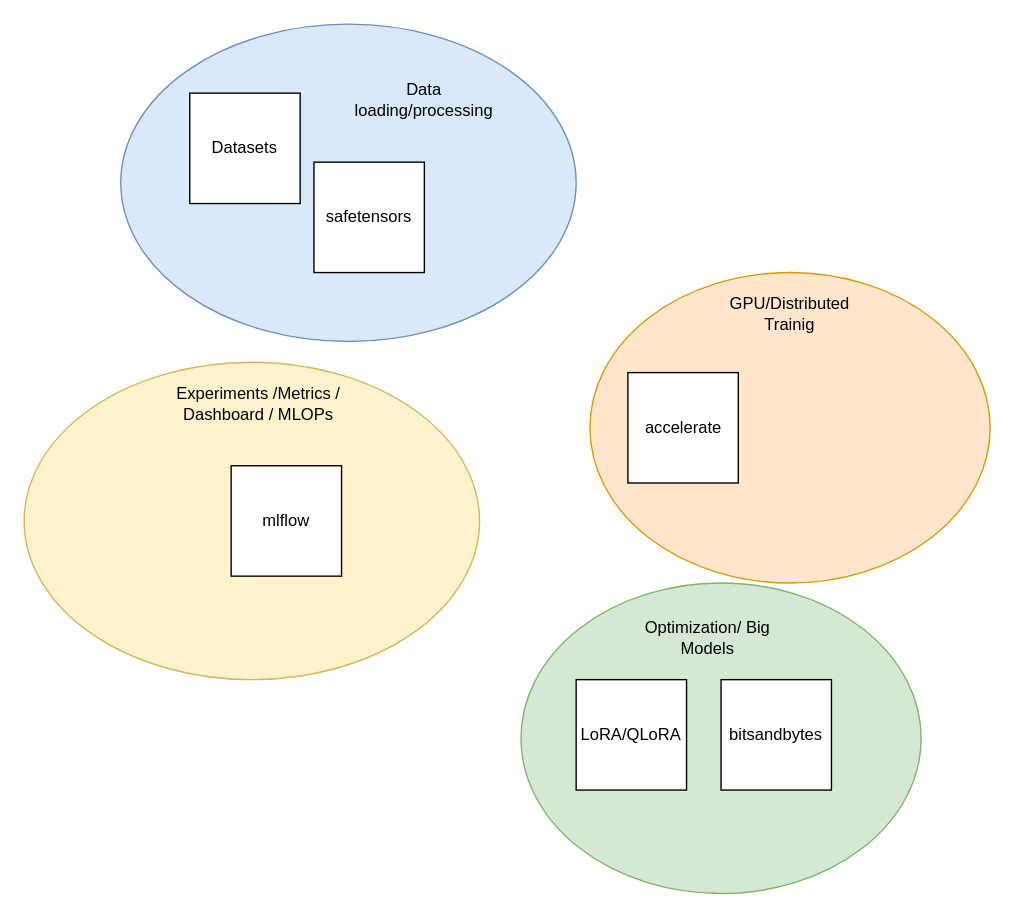
Earlier version of the draw.io diagram assets/ml_lib_environment.drawio (ebamberg/blog). Source tidied: cells renumbered, new cells numbered last; positions are measured from the earlier drawing's top-left corner, leaving out a move shared by most shapes. Both pictures are drawn from the tidied source at 138%, with x=0, y=0 at pixel (23, 23).
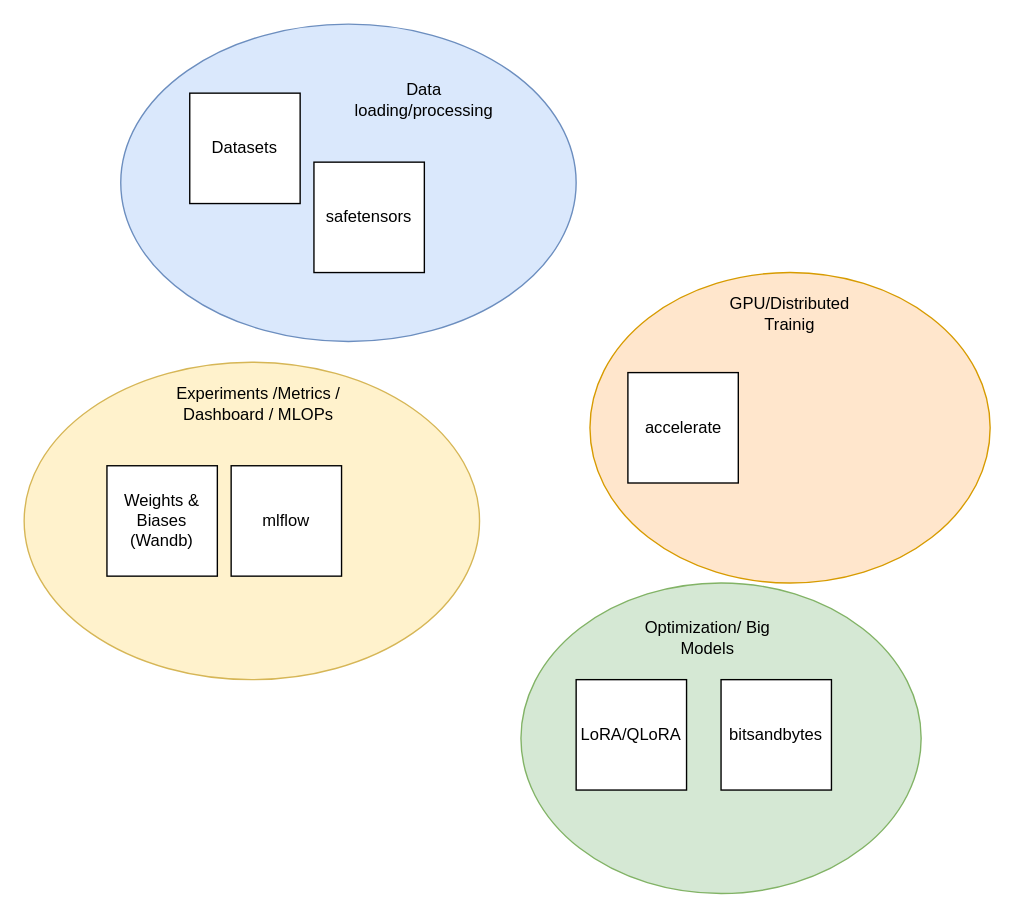
The same diagram, later.

What changed in the source:
```diff
@@
 <mxGraphModel>
   <root>
     <mxCell id="0" />
     <mxCell id="1" parent="0" />
     <mxCell id="2" style="ellipse;whiteSpace=wrap;html=1;fillColor=#fff2cc;strokeColor=#d6b656;" parent="1" vertex="1">
       <mxGeometry y="245" width="330" height="230" as="geometry" />
     </mxCell>
     <mxCell id="3" style="ellipse;whiteSpace=wrap;html=1;fillColor=#ffe6cc;strokeColor=#d79b00;" parent="1" vertex="1">
       <mxGeometry x="410" y="180" width="290" height="225" as="geometry" />
     </mxCell>
     <mxCell id="4" style="ellipse;whiteSpace=wrap;html=1;fillColor=#dae8fc;strokeColor=#6c8ebf;" parent="1" vertex="1">
       <mxGeometry x="70" width="330" height="230" as="geometry" />
     </mxCell>
     <mxCell id="5" value="safetensors" style="whiteSpace=wrap;html=1;" parent="1" vertex="1">
       <mxGeometry x="210" y="100" width="80" height="80" as="geometry" />
     </mxCell>
     <mxCell id="6" value="accelerate" style="whiteSpace=wrap;html=1;" parent="1" vertex="1">
       <mxGeometry x="437.5" y="252.5" width="80" height="80" as="geometry" />
     </mxCell>
     <mxCell id="7" value="Datasets" style="whiteSpace=wrap;html=1;" parent="1" vertex="1">
       <mxGeometry x="120" y="50" width="80" height="80" as="geometry" />
     </mxCell>
     <mxCell id="8" value="GPU/Distributed Trainig" style="text;strokeColor=none;align=center;fillColor=none;html=1;verticalAlign=middle;whiteSpace=wrap;rounded=0;" parent="1" vertex="1">
       <mxGeometry x="525" y="195" width="60" height="30" as="geometry" />
     </mxCell>
     <mxCell id="9" value="Data loading/processing" style="text;strokeColor=none;align=center;fillColor=none;html=1;verticalAlign=middle;whiteSpace=wrap;rounded=0;" parent="1" vertex="1">
       <mxGeometry x="260" y="40" width="60" height="30" as="geometry" />
     </mxCell>
     <mxCell id="10" value="mlflow" style="whiteSpace=wrap;html=1;" parent="1" vertex="1">
       <mxGeometry x="150" y="320" width="80" height="80" as="geometry" />
     </mxCell>
     <mxCell id="11" value="Experiments /Metrics / Dashboard / MLOPs" style="text;strokeColor=none;align=center;fillColor=none;html=1;verticalAlign=middle;whiteSpace=wrap;rounded=0;" parent="1" vertex="1">
       <mxGeometry x="100" y="260" width="140" height="30" as="geometry" />
     </mxCell>
     <mxCell id="12" style="ellipse;whiteSpace=wrap;html=1;fillColor=#d5e8d4;strokeColor=#82b366;" parent="1" vertex="1">
       <mxGeometry x="360" y="405" width="290" height="225" as="geometry" />
     </mxCell>
     <mxCell id="13" value="Optimization/ Big Models" style="text;strokeColor=none;align=center;fillColor=none;html=1;verticalAlign=middle;whiteSpace=wrap;rounded=0;" parent="1" vertex="1">
       <mxGeometry x="437.5" y="430" width="115" height="30" as="geometry" />
     </mxCell>
     <mxCell id="14" value="LoRA/QLoRA" style="whiteSpace=wrap;html=1;" parent="1" vertex="1">
       <mxGeometry x="400" y="475" width="80" height="80" as="geometry" />
     </mxCell>
     <mxCell id="15" value="bitsandbytes" style="whiteSpace=wrap;html=1;" parent="1" vertex="1">
       <mxGeometry x="505" y="475" width="80" height="80" as="geometry" />
     </mxCell>
+    <mxCell id="16" value="Weights &amp;amp; Biases (Wandb)" style="whiteSpace=wrap;html=1;" parent="1" vertex="1">
+      <mxGeometry x="60" y="320" width="80" height="80" as="geometry" />
+    </mxCell>
   </root>
 </mxGraphModel>
```
